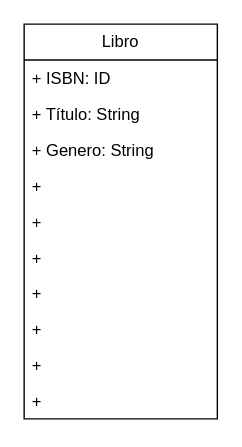
The draw.io diagram diagramaDeClases.drawio in AlbertSchmalbachP/Liberium, before the edit. Source tidied: cells renumbered, new cells numbered last; positions are measured from the earlier drawing's top-left corner, leaving out a move shared by most shapes. Both pictures are drawn from the tidied source at 138%, with x=0, y=0 at pixel (23, 23).
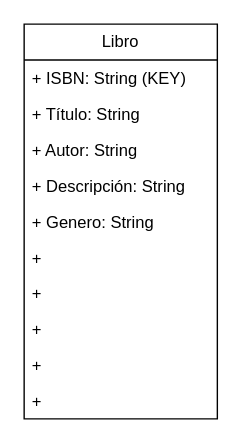
After the change.

Commit message:
Agregar versión preliminar de los atributos de la clase Libro en diagrama de clases

The edit, as a diff of the source:
```diff
@@
 <mxGraphModel>
   <root>
     <mxCell id="0" />
     <mxCell id="1" parent="0" />
     <mxCell id="2" value="Libro" style="swimlane;fontStyle=0;horizontal=1;startSize=26;fillColor=none;whiteSpace=wrap;html=1;" parent="1" vertex="1">
       <mxGeometry width="140" height="286" as="geometry" />
     </mxCell>
-    <mxCell id="3" value="+ ISBN: ID" style="text;strokeColor=none;fillColor=none;align=left;verticalAlign=top;spacingLeft=4;spacingRight=4;overflow=hidden;whiteSpace=wrap;html=1;" parent="2" vertex="1">
+    <mxCell id="3" value="+ ISBN: String (KEY)" style="text;strokeColor=none;fillColor=none;align=left;verticalAlign=top;spacingLeft=4;spacingRight=4;overflow=hidden;whiteSpace=wrap;html=1;" parent="2" vertex="1">
       <mxGeometry y="26" width="140" height="26" as="geometry" />
     </mxCell>
     <mxCell id="4" value="+ Título: String" style="text;strokeColor=none;fillColor=none;align=left;verticalAlign=top;spacingLeft=4;spacingRight=4;overflow=hidden;whiteSpace=wrap;html=1;" parent="2" vertex="1">
       <mxGeometry y="52" width="140" height="26" as="geometry" />
     </mxCell>
+    <mxCell id="7" value="+ Autor: String" style="text;strokeColor=none;fillColor=none;align=left;verticalAlign=top;spacingLeft=4;spacingRight=4;overflow=hidden;whiteSpace=wrap;html=1;" parent="2" vertex="1">
+      <mxGeometry y="78" width="140" height="26" as="geometry" />
+    </mxCell>
-    <mxCell id="5" value="+ Genero: String" style="text;strokeColor=none;fillColor=none;align=left;verticalAlign=top;spacingLeft=4;spacingRight=4;overflow=hidden;whiteSpace=wrap;html=1;" parent="2" vertex="1">
-      <mxGeometry y="78" width="140" height="26" as="geometry" />
+    <mxCell id="5" value="+ Descripción: String" style="text;strokeColor=none;fillColor=none;align=left;verticalAlign=top;spacingLeft=4;spacingRight=4;overflow=hidden;whiteSpace=wrap;html=1;" parent="2" vertex="1">
+      <mxGeometry y="104" width="140" height="26" as="geometry" />
     </mxCell>
-    <mxCell id="6" value="+&amp;nbsp;" style="text;strokeColor=none;fillColor=none;align=left;verticalAlign=top;spacingLeft=4;spacingRight=4;overflow=hidden;whiteSpace=wrap;html=1;" parent="2" vertex="1">
-      <mxGeometry y="104" width="140" height="26" as="geometry" />
+    <mxCell id="6" value="+ Genero: String" style="text;strokeColor=none;fillColor=none;align=left;verticalAlign=top;spacingLeft=4;spacingRight=4;overflow=hidden;whiteSpace=wrap;html=1;" parent="2" vertex="1">
+      <mxGeometry y="130" width="140" height="26" as="geometry" />
     </mxCell>
-    <mxCell id="7" value="+&amp;nbsp;" style="text;strokeColor=none;fillColor=none;align=left;verticalAlign=top;spacingLeft=4;spacingRight=4;overflow=hidden;whiteSpace=wrap;html=1;" parent="2" vertex="1">
-      <mxGeometry y="130" width="140" height="26" as="geometry" />
-    </mxCell>
     <mxCell id="8" value="+&amp;nbsp;" style="text;strokeColor=none;fillColor=none;align=left;verticalAlign=top;spacingLeft=4;spacingRight=4;overflow=hidden;whiteSpace=wrap;html=1;" parent="2" vertex="1">
       <mxGeometry y="156" width="140" height="26" as="geometry" />
     </mxCell>
     <mxCell id="9" value="+&amp;nbsp;" style="text;strokeColor=none;fillColor=none;align=left;verticalAlign=top;spacingLeft=4;spacingRight=4;overflow=hidden;whiteSpace=wrap;html=1;" parent="2" vertex="1">
       <mxGeometry y="182" width="140" height="26" as="geometry" />
     </mxCell>
     <mxCell id="10" value="+&amp;nbsp;" style="text;strokeColor=none;fillColor=none;align=left;verticalAlign=top;spacingLeft=4;spacingRight=4;overflow=hidden;whiteSpace=wrap;html=1;" parent="2" vertex="1">
       <mxGeometry y="208" width="140" height="26" as="geometry" />
     </mxCell>
     <mxCell id="11" value="+&amp;nbsp;" style="text;strokeColor=none;fillColor=none;align=left;verticalAlign=top;spacingLeft=4;spacingRight=4;overflow=hidden;whiteSpace=wrap;html=1;" parent="2" vertex="1">
       <mxGeometry y="234" width="140" height="26" as="geometry" />
     </mxCell>
     <mxCell id="12" value="+&amp;nbsp;" style="text;strokeColor=none;fillColor=none;align=left;verticalAlign=top;spacingLeft=4;spacingRight=4;overflow=hidden;whiteSpace=wrap;html=1;" parent="2" vertex="1">
       <mxGeometry y="260" width="140" height="26" as="geometry" />
     </mxCell>
   </root>
 </mxGraphModel>
```
